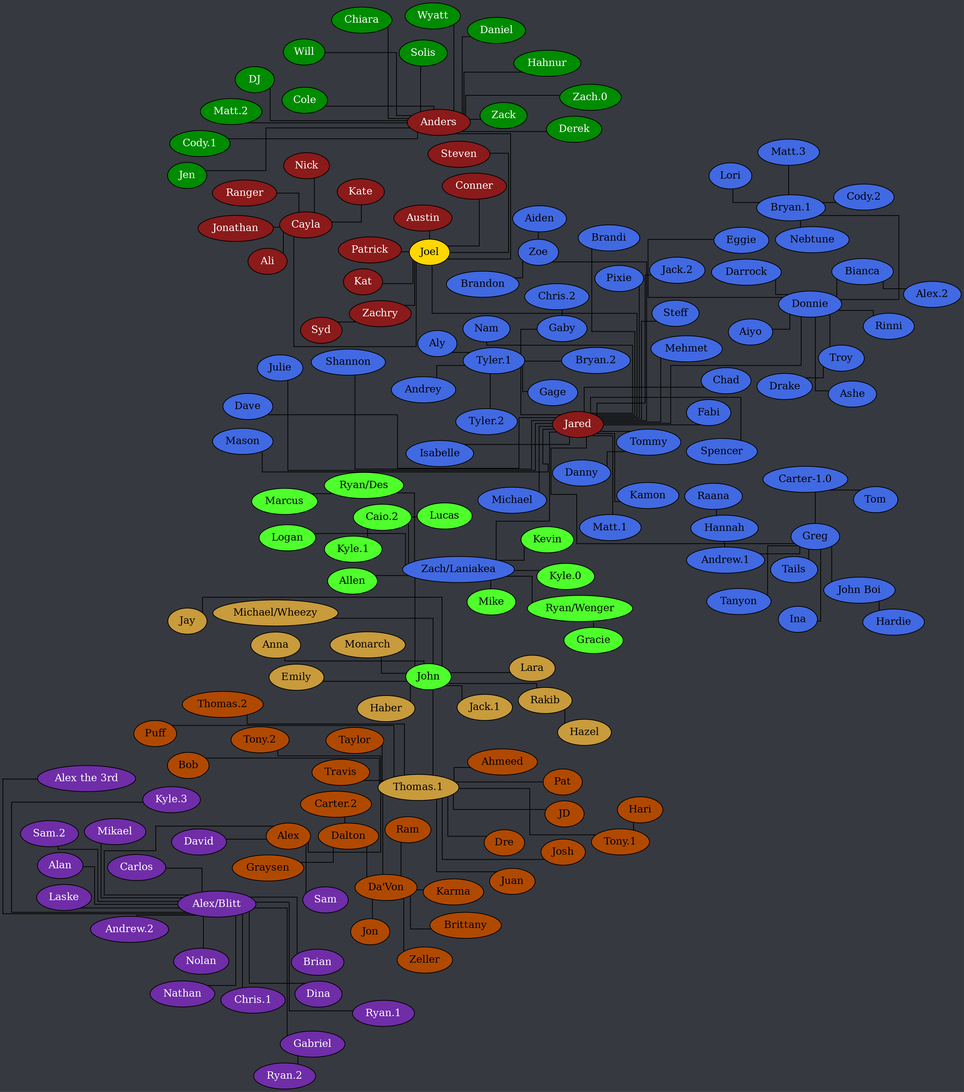
Earlier version of the Graphviz export tree.png (Documidas/CoronaCatzFamilyTree). Its source is kept beside it as tree.dot.
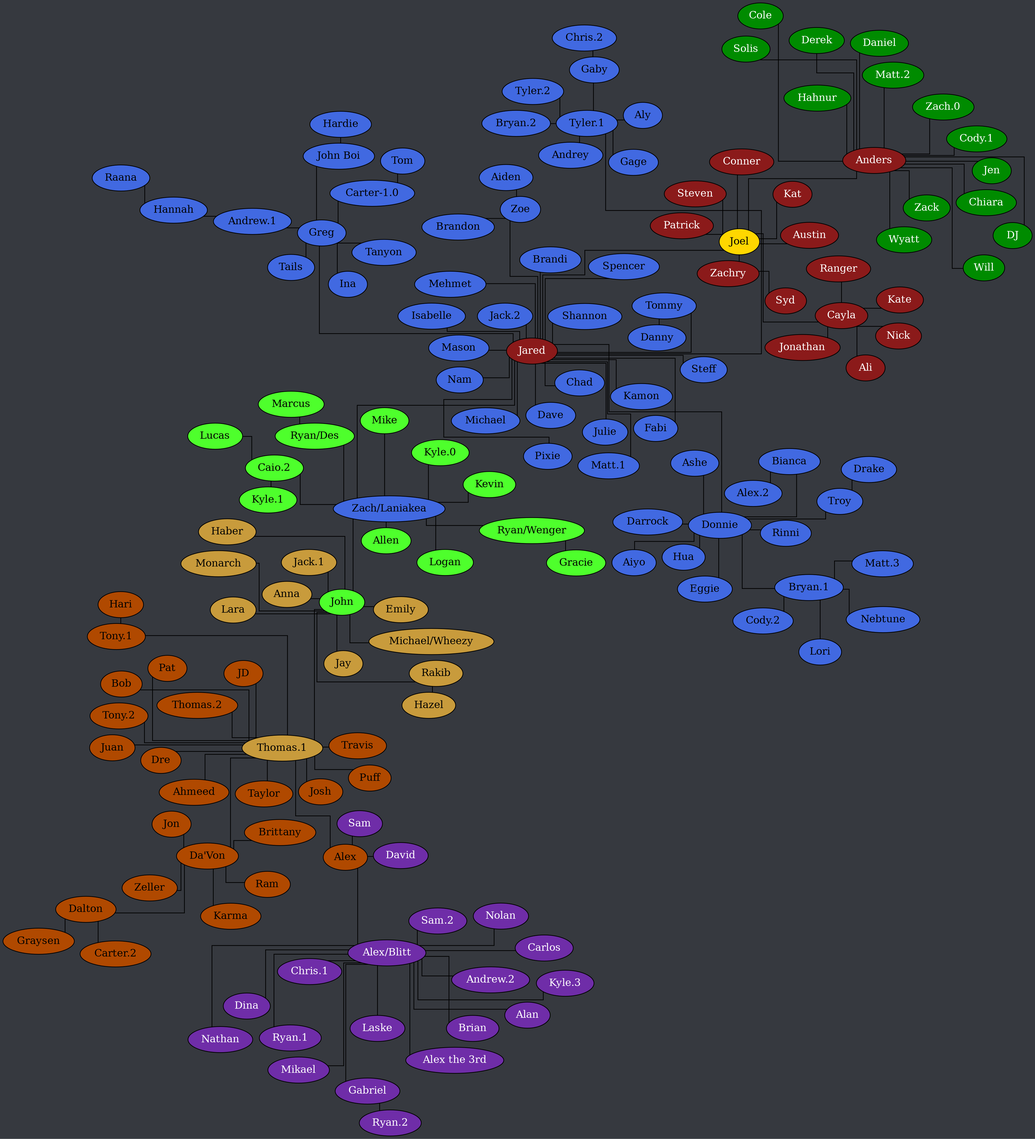
The same file after the commit.

Diff of the diagram source:
```diff
@@ -67,6 +67,7 @@
 		Donnie -- "Bryan.1";
 		Donnie -- Darrock;
 		Donnie -- Eggie;
+		Donnie -- Hua;
 		Donnie -- Rinni;
 		Donnie -- Troy;
 		Gaby -- "Chris.2";
```
